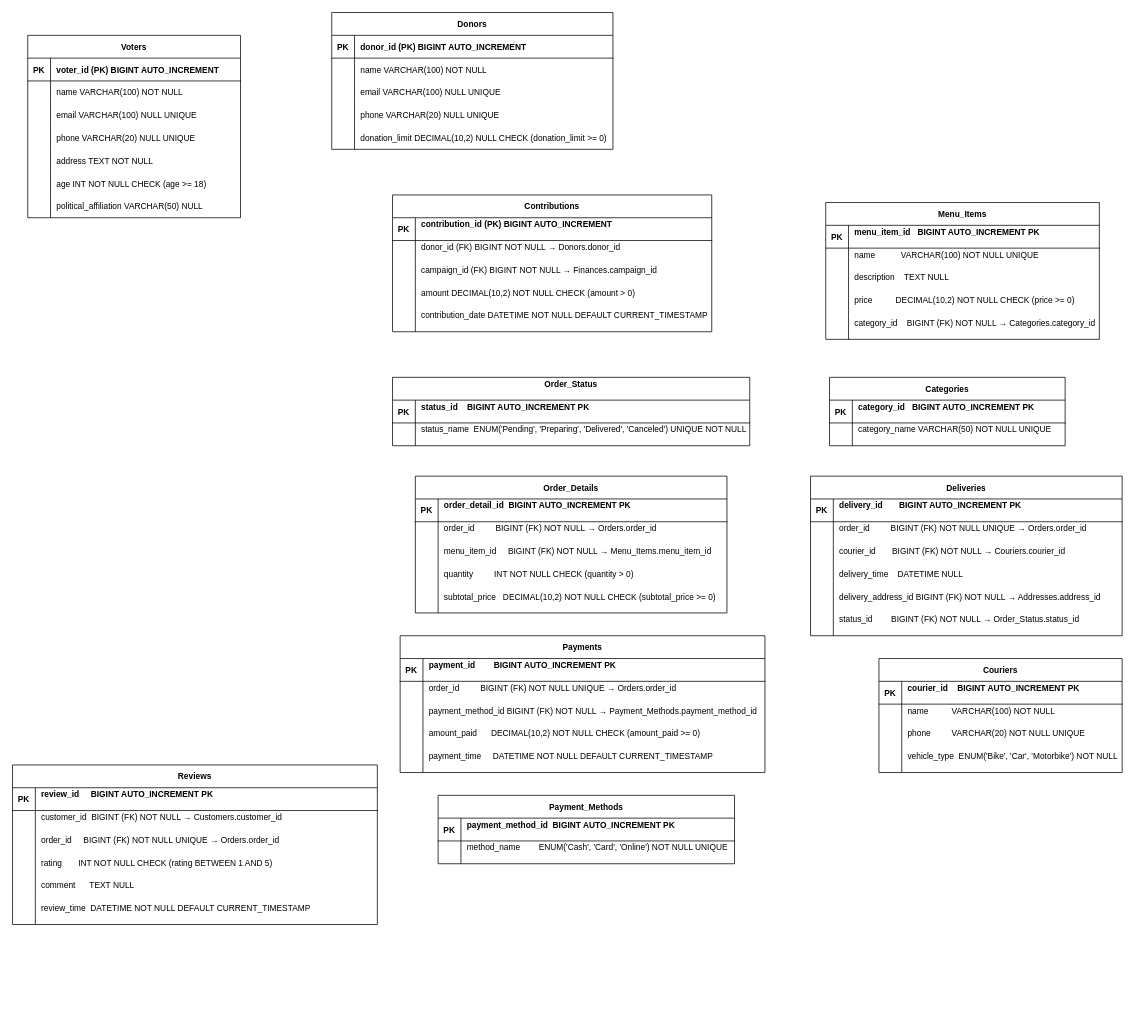
The draw.io diagram Untitled Diagram.drawio in SergejusSG/git-demo1, before the edit. Source tidied: cells renumbered, new cells numbered last; positions are measured from the earlier drawing's top-left corner, leaving out a move shared by most shapes. Both pictures are drawn from the tidied source at 76%, with x=0, y=0 at pixel (12, 12).
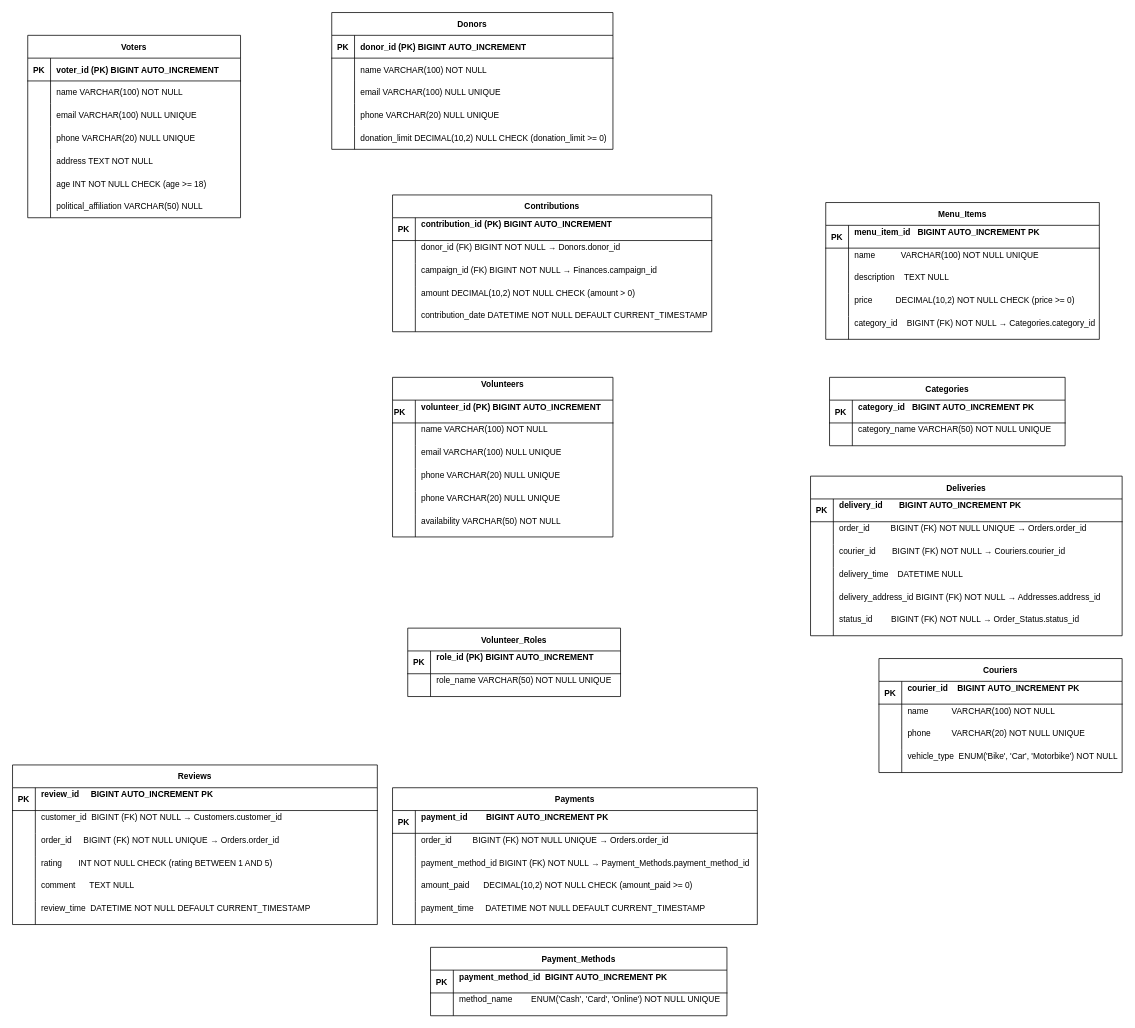
The same page after the edit.

Change to the diagram source:
```diff
@@
-    <mxCell id="56" value="Order_Status&#10;" style="shape=table;startSize=30;childLayout=tableLayout;rowLines=0;fontStyle=1;align=center;fontSize=11;" parent="1" vertex="1">
-      <mxGeometry x="500" y="480" width="470" height="90" as="geometry" />
+    <mxCell id="56" value="Volunteers&#10;" style="shape=table;startSize=30;childLayout=tableLayout;rowLines=0;fontStyle=1;align=center;fontSize=11;" parent="1" vertex="1">
+      <mxGeometry x="500" y="480" width="290" height="210" as="geometry" />
     </mxCell>
-    <mxCell id="57" style="shape=partialRectangle;fillColor=none;top=0;left=0;right=0;bottom=1;fontSize=11;" parent="56" vertex="1">
-      <mxGeometry y="30" width="470" height="30" as="geometry" />
+    <mxCell id="57" style="shape=partialRectangle;fillColor=none;top=0;left=0;right=0;bottom=1;fontSize=11;align=left;" parent="56" vertex="1">
+      <mxGeometry y="30" width="290" height="30" as="geometry" />
     </mxCell>
-    <mxCell id="58" value="PK" style="shape=partialRectangle;overflow=hidden;fillColor=none;top=0;left=0;bottom=0;right=0;fontStyle=1;fontSize=11;" parent="57" vertex="1">
+    <mxCell id="58" value="PK" style="shape=partialRectangle;overflow=hidden;fillColor=none;top=0;left=0;bottom=0;right=0;fontStyle=1;fontSize=11;align=left;" parent="57" vertex="1">
       <mxGeometry width="30" height="30" as="geometry" />
     </mxCell>
-    <mxCell id="59" value="status_id    BIGINT AUTO_INCREMENT PK&#10;" style="shape=partialRectangle;overflow=hidden;fillColor=none;top=0;left=0;bottom=0;right=0;align=left;spacingLeft=6;fontStyle=1;fontSize=11;" parent="57" vertex="1">
-      <mxGeometry x="30" width="440" height="30" as="geometry" />
+    <mxCell id="59" value="volunteer_id (PK) BIGINT AUTO_INCREMENT&#10;" style="shape=partialRectangle;overflow=hidden;fillColor=none;top=0;left=0;bottom=0;right=0;align=left;spacingLeft=6;fontStyle=1;fontSize=11;" parent="57" vertex="1">
+      <mxGeometry x="30" width="260" height="30" as="geometry" />
     </mxCell>
-    <mxCell id="60" style="shape=partialRectangle;fillColor=none;top=0;left=0;right=0;bottom=0;fontSize=11;" parent="56" vertex="1">
-      <mxGeometry y="60" width="470" height="30" as="geometry" />
+    <mxCell id="60" style="shape=partialRectangle;fillColor=none;top=0;left=0;right=0;bottom=0;fontSize=11;align=left;" parent="56" vertex="1">
+      <mxGeometry y="60" width="290" height="30" as="geometry" />
     </mxCell>
-    <mxCell id="61" style="shape=partialRectangle;overflow=hidden;fillColor=none;top=0;left=0;bottom=0;right=0;fontSize=11;" parent="60" vertex="1">
+    <mxCell id="61" style="shape=partialRectangle;overflow=hidden;fillColor=none;top=0;left=0;bottom=0;right=0;fontSize=11;align=left;" parent="60" vertex="1">
       <mxGeometry width="30" height="30" as="geometry" />
     </mxCell>
-    <mxCell id="62" value="status_name  ENUM('Pending', 'Preparing', 'Delivered', 'Canceled') UNIQUE NOT NULL&#10;" style="shape=partialRectangle;overflow=hidden;fillColor=none;top=0;left=0;bottom=0;right=0;align=left;spacingLeft=6;fontSize=11;" parent="60" vertex="1">
-      <mxGeometry x="30" width="440" height="30" as="geometry" />
+    <mxCell id="62" value="name VARCHAR(100) NOT NULL&#10;" style="shape=partialRectangle;overflow=hidden;fillColor=none;top=0;left=0;bottom=0;right=0;align=left;spacingLeft=6;fontSize=11;" parent="60" vertex="1">
+      <mxGeometry x="30" width="260" height="30" as="geometry" />
     </mxCell>
+    <mxCell id="176" style="shape=partialRectangle;fillColor=none;top=0;left=0;right=0;bottom=0;fontSize=11;align=left;" parent="56" vertex="1">
+      <mxGeometry y="90" width="290" height="30" as="geometry" />
+    </mxCell>
+    <mxCell id="177" style="shape=partialRectangle;overflow=hidden;fillColor=none;top=0;left=0;bottom=0;right=0;fontSize=11;align=left;" parent="176" vertex="1">
+      <mxGeometry width="30" height="30" as="geometry" />
+    </mxCell>
+    <mxCell id="178" value="email VARCHAR(100) NULL UNIQUE&#10;" style="shape=partialRectangle;overflow=hidden;fillColor=none;top=0;left=0;bottom=0;right=0;align=left;spacingLeft=6;fontSize=11;" parent="176" vertex="1">
+      <mxGeometry x="30" width="260" height="30" as="geometry" />
+    </mxCell>
+    <mxCell id="179" style="shape=partialRectangle;fillColor=none;top=0;left=0;right=0;bottom=0;fontSize=11;align=left;" parent="56" vertex="1">
+      <mxGeometry y="120" width="290" height="30" as="geometry" />
+    </mxCell>
+    <mxCell id="180" style="shape=partialRectangle;overflow=hidden;fillColor=none;top=0;left=0;bottom=0;right=0;fontSize=11;align=left;" parent="179" vertex="1">
+      <mxGeometry width="30" height="30" as="geometry" />
+    </mxCell>
+    <mxCell id="181" value="phone VARCHAR(20) NULL UNIQUE&#10;" style="shape=partialRectangle;overflow=hidden;fillColor=none;top=0;left=0;bottom=0;right=0;align=left;spacingLeft=6;fontSize=11;" parent="179" vertex="1">
+      <mxGeometry x="30" width="260" height="30" as="geometry" />
+    </mxCell>
+    <mxCell id="182" style="shape=partialRectangle;fillColor=none;top=0;left=0;right=0;bottom=0;fontSize=11;align=left;" parent="56" vertex="1">
+      <mxGeometry y="150" width="290" height="30" as="geometry" />
+    </mxCell>
+    <mxCell id="183" style="shape=partialRectangle;overflow=hidden;fillColor=none;top=0;left=0;bottom=0;right=0;fontSize=11;align=left;" parent="182" vertex="1">
+      <mxGeometry width="30" height="30" as="geometry" />
+    </mxCell>
+    <mxCell id="184" value="phone VARCHAR(20) NULL UNIQUE&#10;" style="shape=partialRectangle;overflow=hidden;fillColor=none;top=0;left=0;bottom=0;right=0;align=left;spacingLeft=6;fontSize=11;" parent="182" vertex="1">
+      <mxGeometry x="30" width="260" height="30" as="geometry" />
+    </mxCell>
+    <mxCell id="185" style="shape=partialRectangle;fillColor=none;top=0;left=0;right=0;bottom=0;fontSize=11;align=left;" parent="56" vertex="1">
+      <mxGeometry y="180" width="290" height="30" as="geometry" />
+    </mxCell>
+    <mxCell id="186" style="shape=partialRectangle;overflow=hidden;fillColor=none;top=0;left=0;bottom=0;right=0;fontSize=11;align=left;" parent="185" vertex="1">
+      <mxGeometry width="30" height="30" as="geometry" />
+    </mxCell>
+    <mxCell id="187" value="availability VARCHAR(50) NOT NULL&#10;" style="shape=partialRectangle;overflow=hidden;fillColor=none;top=0;left=0;bottom=0;right=0;align=left;spacingLeft=6;fontSize=11;" parent="185" vertex="1">
+      <mxGeometry x="30" width="260" height="30" as="geometry" />
+    </mxCell>
-    <mxCell id="63" value="Order_Details" style="shape=table;startSize=30;childLayout=tableLayout;rowLines=0;fontStyle=1;align=center;fontSize=11;" parent="1" vertex="1">
-      <mxGeometry x="530" y="610" width="410" height="180" as="geometry" />
+    <mxCell id="63" value="Volunteer_Roles" style="shape=table;startSize=30;childLayout=tableLayout;rowLines=0;fontStyle=1;align=center;fontSize=11;" parent="1" vertex="1">
+      <mxGeometry x="520" y="810" width="280" height="90" as="geometry" />
     </mxCell>
     <mxCell id="64" style="shape=partialRectangle;fillColor=none;top=0;left=0;right=0;bottom=1;fontSize=11;" parent="63" vertex="1">
-      <mxGeometry y="30" width="410" height="30" as="geometry" />
+      <mxGeometry y="30" width="280" height="30" as="geometry" />
     </mxCell>
@@
-    <mxCell id="66" value="order_detail_id  BIGINT AUTO_INCREMENT PK&#10;" style="shape=partialRectangle;overflow=hidden;fillColor=none;top=0;left=0;bottom=0;right=0;align=left;spacingLeft=6;fontStyle=1;fontSize=11;" parent="64" vertex="1">
-      <mxGeometry x="30" width="380" height="30" as="geometry" />
+    <mxCell id="66" value="role_id (PK) BIGINT AUTO_INCREMENT&#10;" style="shape=partialRectangle;overflow=hidden;fillColor=none;top=0;left=0;bottom=0;right=0;align=left;spacingLeft=6;fontStyle=1;fontSize=11;" parent="64" vertex="1">
+      <mxGeometry x="30" width="250" height="30" as="geometry" />
     </mxCell>
     <mxCell id="67" style="shape=partialRectangle;fillColor=none;top=0;left=0;right=0;bottom=0;fontSize=11;" parent="63" vertex="1">
-      <mxGeometry y="60" width="410" height="30" as="geometry" />
+      <mxGeometry y="60" width="280" height="30" as="geometry" />
     </mxCell>
@@
-    <mxCell id="69" value="order_id         BIGINT (FK) NOT NULL → Orders.order_id&#10;" style="shape=partialRectangle;overflow=hidden;fillColor=none;top=0;left=0;bottom=0;right=0;align=left;spacingLeft=6;fontSize=11;" parent="67" vertex="1">
-      <mxGeometry x="30" width="380" height="30" as="geometry" />
+    <mxCell id="69" value="role_name VARCHAR(50) NOT NULL UNIQUE&#10;" style="shape=partialRectangle;overflow=hidden;fillColor=none;top=0;left=0;bottom=0;right=0;align=left;spacingLeft=6;fontSize=11;" parent="67" vertex="1">
+      <mxGeometry x="30" width="250" height="30" as="geometry" />
     </mxCell>
-    <mxCell id="70" style="shape=partialRectangle;fillColor=none;top=0;left=0;right=0;bottom=0;fontSize=11;" parent="63" vertex="1">
-      <mxGeometry y="90" width="410" height="30" as="geometry" />
-    </mxCell>
-    <mxCell id="71" style="shape=partialRectangle;overflow=hidden;fillColor=none;top=0;left=0;bottom=0;right=0;fontSize=11;" parent="70" vertex="1">
-      <mxGeometry width="30" height="30" as="geometry" />
-    </mxCell>
-    <mxCell id="72" value="menu_item_id     BIGINT (FK) NOT NULL → Menu_Items.menu_item_id&#10;" style="shape=partialRectangle;overflow=hidden;fillColor=none;top=0;left=0;bottom=0;right=0;align=left;spacingLeft=6;fontSize=11;" parent="70" vertex="1">
-      <mxGeometry x="30" width="380" height="30" as="geometry" />
-    </mxCell>
-    <mxCell id="73" style="shape=partialRectangle;fillColor=none;top=0;left=0;right=0;bottom=0;fontSize=11;" parent="63" vertex="1">
-      <mxGeometry y="120" width="410" height="30" as="geometry" />
-    </mxCell>
-    <mxCell id="74" style="shape=partialRectangle;overflow=hidden;fillColor=none;top=0;left=0;bottom=0;right=0;fontSize=11;" parent="73" vertex="1">
-      <mxGeometry width="30" height="30" as="geometry" />
-    </mxCell>
-    <mxCell id="75" value="quantity         INT NOT NULL CHECK (quantity &gt; 0)&#10;" style="shape=partialRectangle;overflow=hidden;fillColor=none;top=0;left=0;bottom=0;right=0;align=left;spacingLeft=6;fontSize=11;" parent="73" vertex="1">
-      <mxGeometry x="30" width="380" height="30" as="geometry" />
-    </mxCell>
-    <mxCell id="76" style="shape=partialRectangle;fillColor=none;top=0;left=0;right=0;bottom=0;fontSize=11;" parent="63" vertex="1">
-      <mxGeometry y="150" width="410" height="30" as="geometry" />
-    </mxCell>
-    <mxCell id="77" style="shape=partialRectangle;overflow=hidden;fillColor=none;top=0;left=0;bottom=0;right=0;fontSize=11;" parent="76" vertex="1">
-      <mxGeometry width="30" height="30" as="geometry" />
-    </mxCell>
-    <mxCell id="78" value="subtotal_price   DECIMAL(10,2) NOT NULL CHECK (subtotal_price &gt;= 0)&#10;" style="shape=partialRectangle;overflow=hidden;fillColor=none;top=0;left=0;bottom=0;right=0;align=left;spacingLeft=6;fontSize=11;" parent="76" vertex="1">
-      <mxGeometry x="30" width="380" height="30" as="geometry" />
-    </mxCell>
@@
     <mxCell id="134" value="Payments" style="shape=table;startSize=30;childLayout=tableLayout;rowLines=0;fontStyle=1;align=center;fontSize=11;" parent="1" vertex="1">
-      <mxGeometry x="510" y="820" width="480" height="180" as="geometry" />
+      <mxGeometry x="500" y="1020" width="480" height="180" as="geometry" />
     </mxCell>
@@
     <mxCell id="150" value="Payment_Methods" style="shape=table;startSize=30;childLayout=tableLayout;rowLines=0;fontStyle=1;align=center;fontSize=11;" parent="1" vertex="1">
-      <mxGeometry x="560" y="1030" width="390" height="90" as="geometry" />
+      <mxGeometry x="550" y="1230" width="390" height="90" as="geometry" />
     </mxCell>
```
